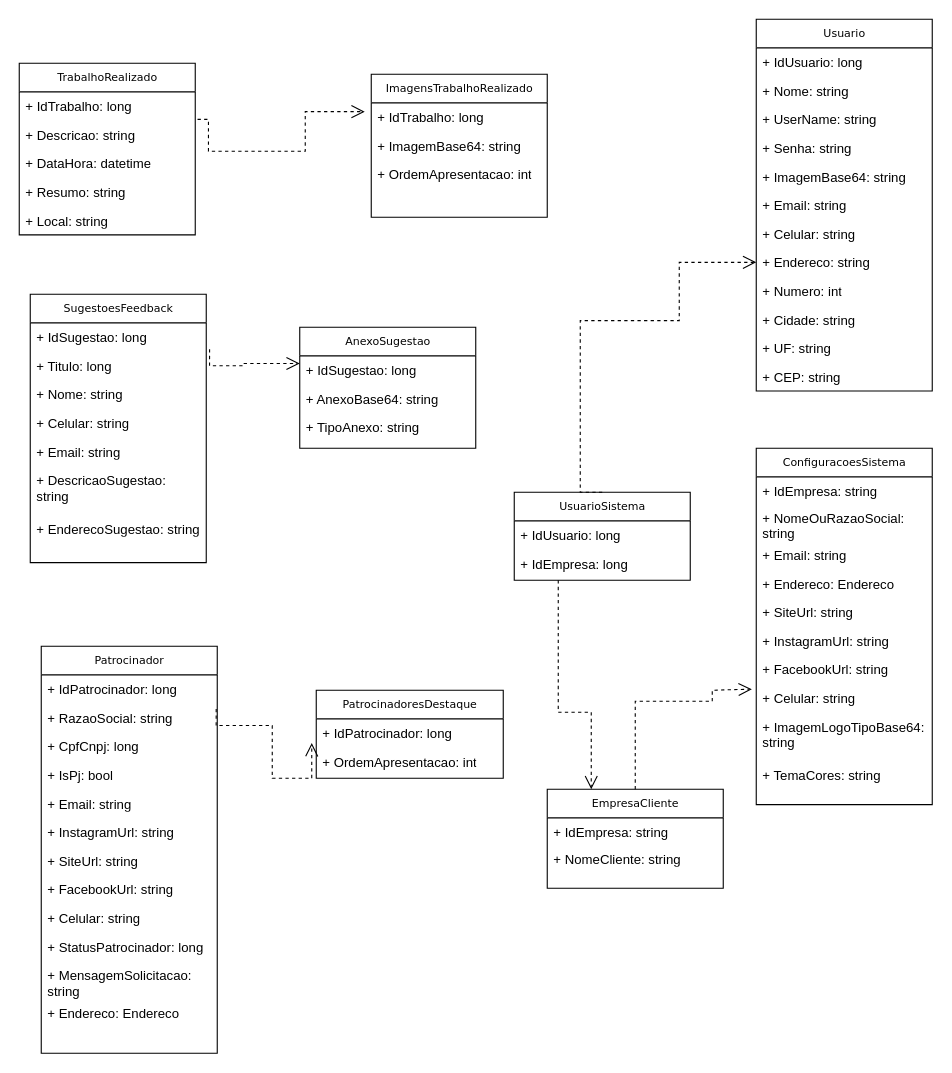
The draw.io diagram Diagram UML.drawio in valento45/Expert.Gov.WebApp, before the edit. Source tidied: cells renumbered, new cells numbered last; positions are measured from the earlier drawing's top-left corner, leaving out a move shared by most shapes. Both pictures are drawn from the tidied source at 110%, with x=0, y=0 at pixel (19, 19).
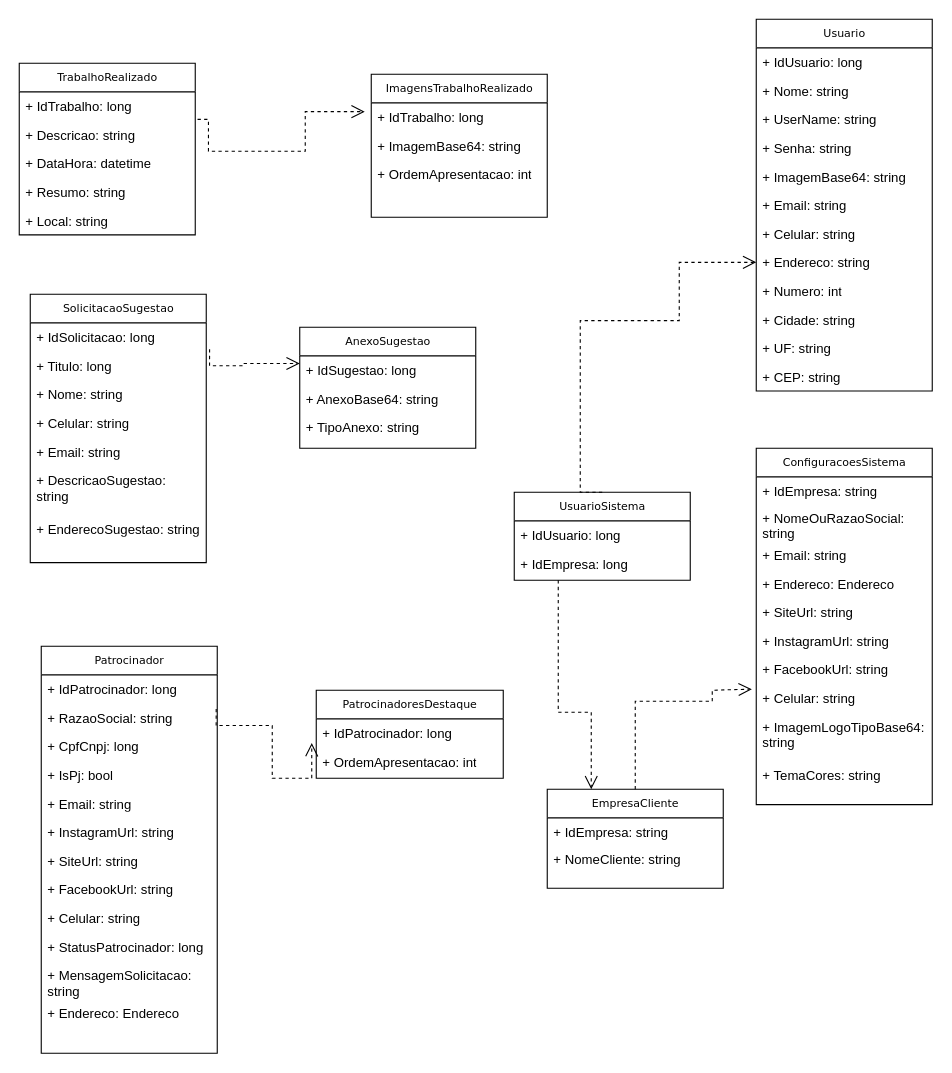
The same diagram, later.

The edit, as a diff of the source:
```diff
@@
-    <mxCell id="13" value="SugestoesFeedback" style="swimlane;html=1;fontStyle=0;horizontal=1;startSize=26;fillColor=none;swimlaneFillColor=#ffffff;rounded=0;shadow=0;comic=0;labelBackgroundColor=none;strokeWidth=1;fontFamily=Verdana;fontSize=10;align=center;" parent="1" vertex="1">
+    <mxCell id="13" value="SolicitacaoSugestao" style="swimlane;html=1;fontStyle=0;horizontal=1;startSize=26;fillColor=none;swimlaneFillColor=#ffffff;rounded=0;shadow=0;comic=0;labelBackgroundColor=none;strokeWidth=1;fontFamily=Verdana;fontSize=10;align=center;" parent="1" vertex="1">
       <mxGeometry x="10" y="250" width="160" height="244" as="geometry" />
     </mxCell>
-    <mxCell id="14" value="+ IdSugestao: long" style="text;html=1;strokeColor=none;fillColor=none;align=left;verticalAlign=top;spacingLeft=4;spacingRight=4;whiteSpace=wrap;overflow=hidden;" parent="13" vertex="1">
+    <mxCell id="14" value="+ IdSolicitacao: long" style="text;html=1;strokeColor=none;fillColor=none;align=left;verticalAlign=top;spacingLeft=4;spacingRight=4;whiteSpace=wrap;overflow=hidden;" parent="13" vertex="1">
       <mxGeometry y="26" width="160" height="26" as="geometry" />
     </mxCell>
```
